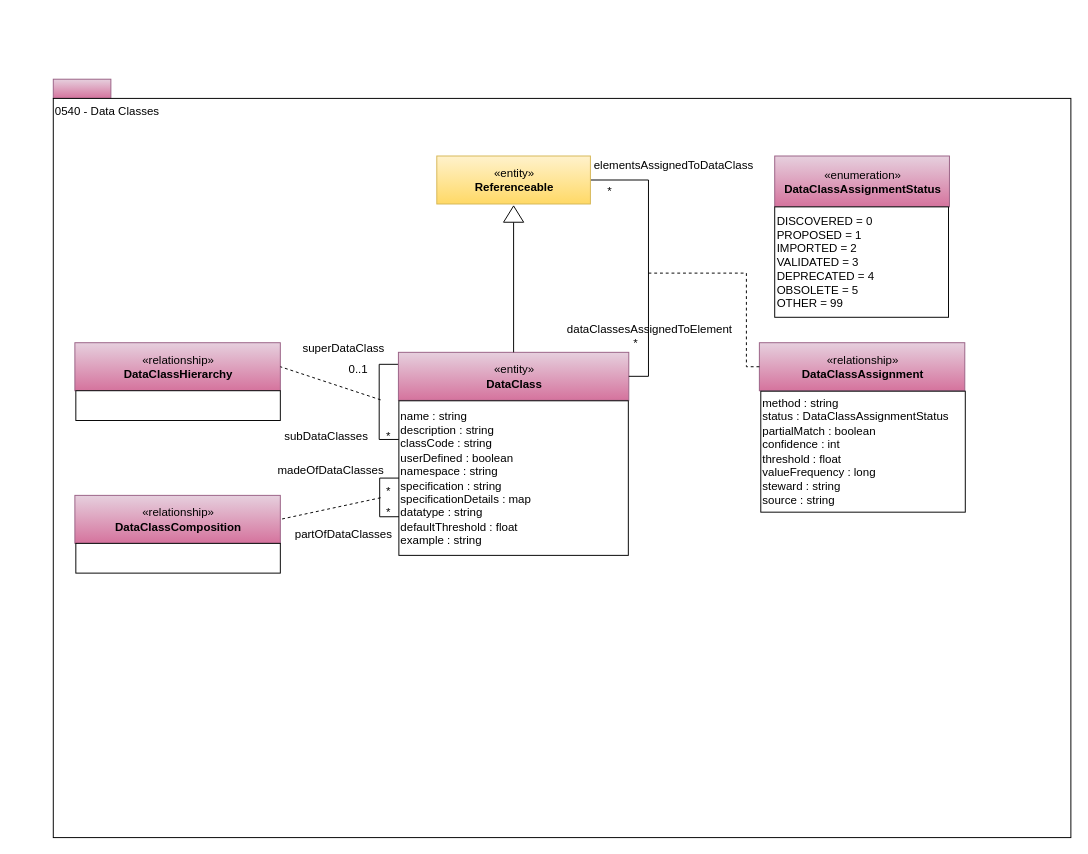
odpi/egeria keeps this draw.io diagram as page "0540-Data-Classes" (18 of 27) of open-metadata-publication/website/open-metadata-types/area-5-models-and-schema.drawio. Above is the earlier version. Source tidied: cells renumbered, new cells numbered last; positions are measured from the earlier drawing's top-left corner, leaving out a move shared by most shapes. Both pictures are drawn from the tidied source at 96%, with x=0, y=0 at pixel (53, 79).
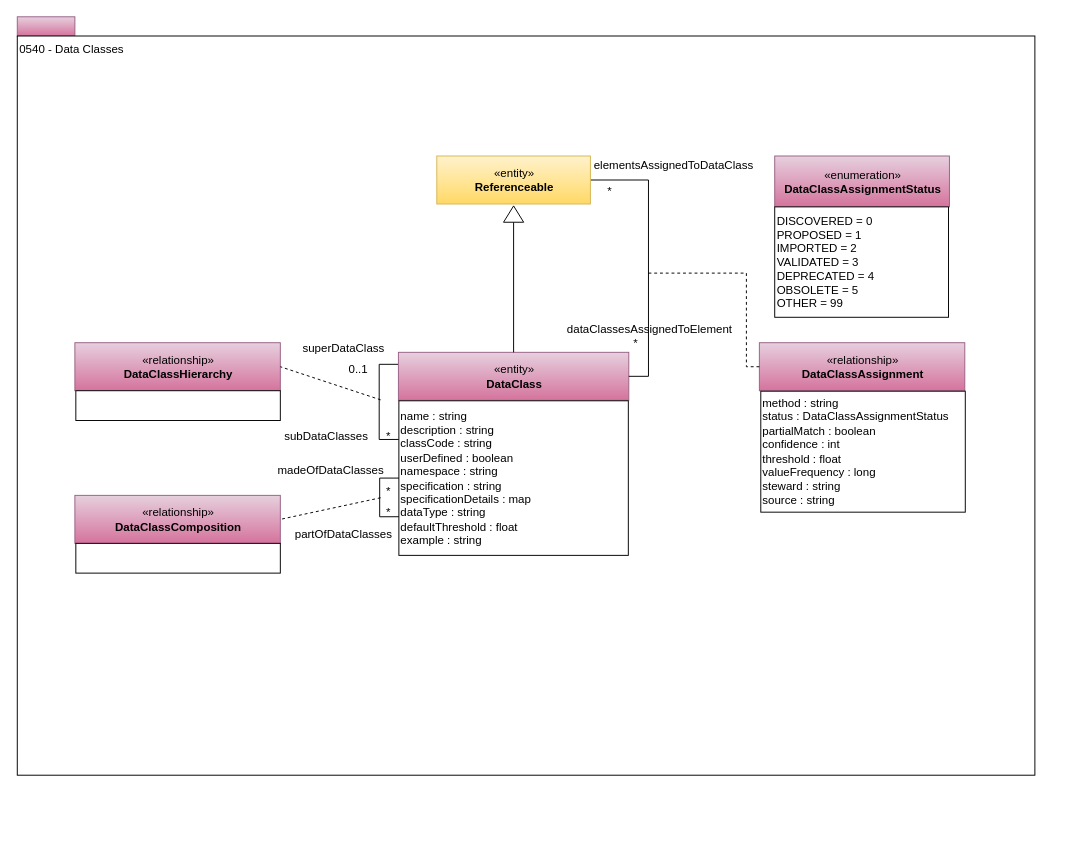
Above is the later version.

Change to the diagram source:
```diff
@@
     <mxCell id="2" style="rounded=0;whiteSpace=wrap;html=1;align=left;fillColor=#e6d0de;strokeColor=#996185;gradientColor=#d5739d;" parent="1" vertex="1">
-      <mxGeometry width="60" height="20" as="geometry" />
+      <mxGeometry x="-37.5" y="-65" width="60" height="20" as="geometry" />
     </mxCell>
     <mxCell id="3" value="0540 - Data Classes" style="rounded=0;whiteSpace=wrap;html=1;align=left;verticalAlign=top;" parent="1" vertex="1">
-      <mxGeometry y="20" width="1060" height="770" as="geometry" />
+      <mxGeometry x="-37.5" y="-45" width="1060" height="770" as="geometry" />
     </mxCell>
@@
-    <mxCell id="6" value="&lt;span&gt;name : string&lt;/span&gt;&lt;br&gt;&lt;span&gt;description : string&lt;/span&gt;&lt;br&gt;&lt;span&gt;classCode : string&lt;/span&gt;&lt;br&gt;&lt;span&gt;userDefined : boolean&lt;/span&gt;&lt;br&gt;&lt;span&gt;namespace : string&lt;/span&gt;&lt;br&gt;&lt;span&gt;specification : string&lt;/span&gt;&lt;br&gt;&lt;span&gt;specificationDetails : map&lt;/span&gt;&lt;br&gt;&lt;span&gt;datatype : string&lt;/span&gt;&lt;br&gt;&lt;span&gt;defaultThreshold : float&lt;/span&gt;&lt;br&gt;&lt;span&gt;example : string&lt;/span&gt;&lt;br&gt;" style="rounded=0;whiteSpace=wrap;html=1;strokeColor=#000000;gradientColor=#ffffff;align=left;" parent="1" vertex="1">
+    <mxCell id="6" value="&lt;span&gt;name : string&lt;/span&gt;&lt;br&gt;&lt;span&gt;description : string&lt;/span&gt;&lt;br&gt;&lt;span&gt;classCode : string&lt;/span&gt;&lt;br&gt;&lt;span&gt;userDefined : boolean&lt;/span&gt;&lt;br&gt;&lt;span&gt;namespace : string&lt;/span&gt;&lt;br&gt;&lt;span&gt;specification : string&lt;/span&gt;&lt;br&gt;&lt;span&gt;specificationDetails : map&lt;/span&gt;&lt;br&gt;&lt;span&gt;dataType : string&lt;/span&gt;&lt;br&gt;&lt;span&gt;defaultThreshold : float&lt;/span&gt;&lt;br&gt;&lt;span&gt;example : string&lt;/span&gt;" style="rounded=0;whiteSpace=wrap;html=1;strokeColor=#000000;gradientColor=#ffffff;align=left;" parent="1" vertex="1">
       <mxGeometry x="360" y="335" width="239" height="161" as="geometry" />
     </mxCell>
```
